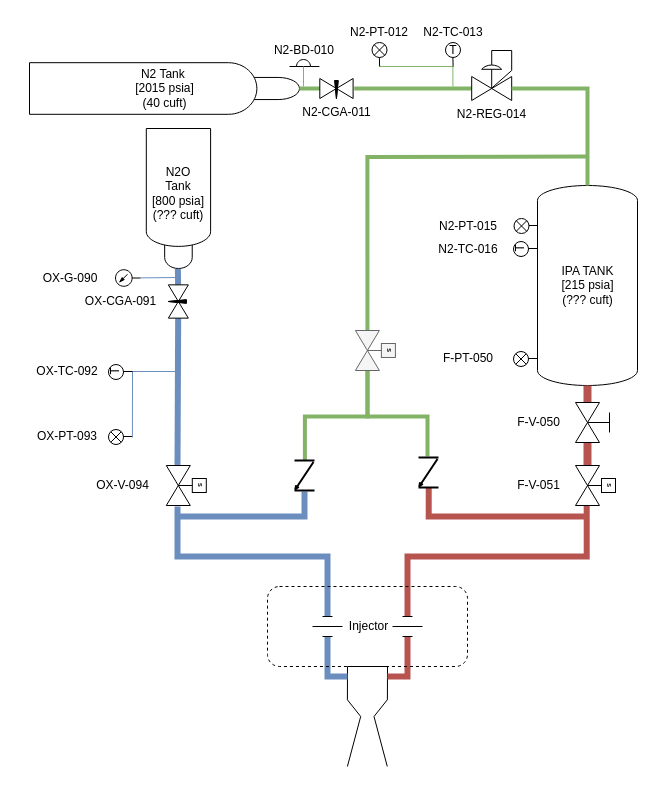
Above: projects/liquid/diagrams/GasThrusterP&ID.drawio in ControlSoup/Thrusty (draw.io), before the change. Source tidied: cells renumbered, new cells numbered last; positions are measured from the earlier drawing's top-left corner, leaving out a move shared by most shapes. Both pictures are drawn from the tidied source at 100%, with x=0, y=0 at pixel (17, -47).
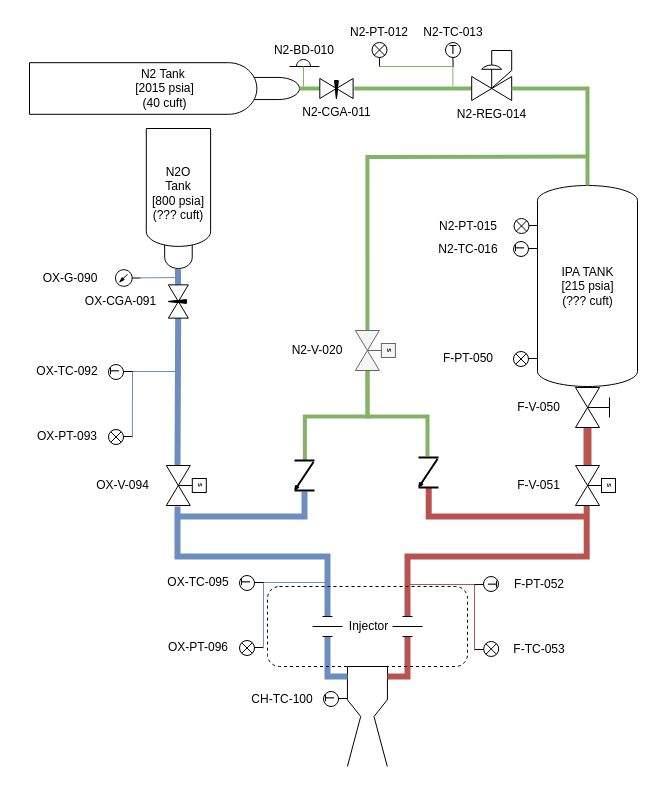
The same page after the edit.

Commit message:
more pts and tcs

The edit, as a diff of the source:
```diff
@@
     <mxCell id="23" value="IPA TANK&lt;br&gt;[215 psia]&lt;br&gt;(??? cuft)" style="shape=mxgraph.pid.vessels.pressurized_vessel;html=1;align=center;verticalLabelPosition=middle;verticalAlign=middle;dashed=0;horizontal=1;labelPosition=center;" parent="1" vertex="1">
-      <mxGeometry x="520" y="232" width="100" height="200" as="geometry" />
+      <mxGeometry x="520" y="232" width="100" height="201" as="geometry" />
     </mxCell>
@@
     <mxCell id="30" value="F-V-050" style="text;strokeColor=none;align=center;fillColor=none;html=1;verticalAlign=middle;whiteSpace=wrap;rounded=0;" parent="1" vertex="1">
-      <mxGeometry x="473" y="454" width="97.2" height="30" as="geometry" />
+      <mxGeometry x="473" y="439" width="97.2" height="30" as="geometry" />
     </mxCell>
@@
-    <mxCell id="85" style="edgeStyle=none;rounded=1;html=1;strokeWidth=8;fontSize=2;endArrow=none;endFill=0;entryX=0;entryY=0.7;entryDx=0;entryDy=0;entryPerimeter=0;fillColor=#f8cecc;strokeColor=#b85450;startArrow=none;" parent="1" edge="1" source="23" target="87">
-      <mxGeometry relative="1" as="geometry" />
-    </mxCell>
@@
     <mxCell id="87" style="verticalLabelPosition=bottom;align=center;html=1;verticalAlign=top;dashed=0;shape=mxgraph.pid2valves.valve;valveType=gate;actuator=man;rotation=90;points=[[0,0.7,0,0,0],[1,0.7,0,0,0]];" parent="1" vertex="1">
-      <mxGeometry x="558" y="449" width="40" height="40" as="geometry" />
+      <mxGeometry x="558" y="434" width="40" height="40" as="geometry" />
     </mxCell>
@@
+    <mxCell id="116" style="edgeStyle=none;rounded=0;orthogonalLoop=1;jettySize=auto;html=1;endArrow=none;endFill=0;fillColor=#dae8fc;strokeColor=#6c8ebf;strokeWidth=1;" parent="1" edge="1">
+      <mxGeometry relative="1" as="geometry">
+        <mxPoint x="241" y="629" as="sourcePoint" />
+        <mxPoint x="308" y="629" as="targetPoint" />
+      </mxGeometry>
+    </mxCell>
+    <mxCell id="117" style="group;rotation=-90;" parent="1" vertex="1">
+      <mxGeometry x="171" y="665" width="100" height="49" as="geometry" />
+    </mxCell>
+    <mxCell id="118" style="group;rotation=-90;" parent="117" vertex="1">
+      <mxGeometry x="55" y="17" width="15" height="24" as="geometry" />
+    </mxCell>
+    <mxCell id="119" style="ellipse;whiteSpace=wrap;html=1;rotation=-90;" parent="118" vertex="1">
+      <mxGeometry x="-4" y="5" width="15" height="15" as="geometry" />
+    </mxCell>
+    <mxCell id="120" style="endArrow=none;html=1;" parent="118" edge="1">
+      <mxGeometry relative="1" as="geometry">
+        <mxPoint x="20" y="12" as="sourcePoint" />
+        <mxPoint x="11" y="12" as="targetPoint" />
+      </mxGeometry>
+    </mxCell>
+    <mxCell id="121" style="endArrow=none;html=1;entryX=1;entryY=0;entryDx=0;entryDy=0;exitX=0;exitY=1;exitDx=0;exitDy=0;" parent="118" edge="1" source="119" target="119">
+      <mxGeometry relative="1" as="geometry" />
+    </mxCell>
+    <mxCell id="122" style="endArrow=none;html=1;entryX=0;entryY=0;entryDx=0;entryDy=0;exitX=1;exitY=1;exitDx=0;exitDy=0;" parent="118" edge="1" source="119" target="119">
+      <mxGeometry relative="1" as="geometry" />
+    </mxCell>
+    <mxCell id="123" style="edgeStyle=none;rounded=0;orthogonalLoop=1;jettySize=auto;html=1;endArrow=none;endFill=0;fillColor=#dae8fc;strokeColor=#6c8ebf;strokeWidth=1;" parent="1" edge="1">
+      <mxGeometry relative="1" as="geometry">
+        <mxPoint x="246" y="629" as="sourcePoint" />
+        <mxPoint x="245.9" y="695" as="targetPoint" />
+      </mxGeometry>
+    </mxCell>
+    <mxCell id="124" style="group;rotation=-90;" parent="1" vertex="1">
+      <mxGeometry x="226" y="617" width="15" height="24" as="geometry" />
+    </mxCell>
+    <mxCell id="125" style="ellipse;whiteSpace=wrap;html=1;rotation=-90;" parent="124" vertex="1">
+      <mxGeometry x="-4" y="5" width="15" height="15" as="geometry" />
+    </mxCell>
+    <mxCell id="126" style="endArrow=none;html=1;" parent="124" edge="1">
+      <mxGeometry relative="1" as="geometry">
+        <mxPoint x="20" y="12" as="sourcePoint" />
+        <mxPoint x="11" y="12" as="targetPoint" />
+      </mxGeometry>
+    </mxCell>
+    <mxCell id="127" value="T" style="text;strokeColor=none;align=center;fillColor=none;html=1;verticalAlign=middle;whiteSpace=wrap;rounded=0;textDirection=ltr;rotation=-90;" parent="124" vertex="1">
+      <mxGeometry x="-1" y="7" width="7.5" height="10" as="geometry" />
+    </mxCell>
+    <mxCell id="128" value="&lt;span style=&quot;&quot;&gt;OX-PT-096&lt;/span&gt;" style="text;strokeColor=none;align=center;fillColor=none;html=1;verticalAlign=middle;whiteSpace=wrap;rounded=0;rotation=0;" parent="1" vertex="1">
+      <mxGeometry x="131" y="679" width="100" height="30" as="geometry" />
+    </mxCell>
+    <mxCell id="129" value="&lt;span style=&quot;&quot;&gt;OX-TC-095&lt;/span&gt;" style="text;strokeColor=none;align=center;fillColor=none;html=1;verticalAlign=middle;whiteSpace=wrap;rounded=0;rotation=0;" parent="1" vertex="1">
+      <mxGeometry x="131" y="613.5" width="100" height="30" as="geometry" />
+    </mxCell>
+    <mxCell id="130" style="group;rotation=90;" parent="1" vertex="1">
+      <mxGeometry x="494.2" y="753" width="100" height="49" as="geometry" />
+    </mxCell>
+    <mxCell id="131" style="group;rotation=90;" parent="130" vertex="1">
+      <mxGeometry x="-32" y="-69" width="15" height="24" as="geometry" />
+    </mxCell>
+    <mxCell id="132" style="ellipse;whiteSpace=wrap;html=1;rotation=90;" parent="131" vertex="1">
+      <mxGeometry x="4" y="4" width="15" height="15" as="geometry" />
+    </mxCell>
+    <mxCell id="133" style="endArrow=none;html=1;" parent="131" edge="1">
+      <mxGeometry relative="1" as="geometry">
+        <mxPoint x="-5" y="12" as="sourcePoint" />
+        <mxPoint x="4" y="12" as="targetPoint" />
+      </mxGeometry>
+    </mxCell>
+    <mxCell id="134" style="endArrow=none;html=1;entryX=1;entryY=0;entryDx=0;entryDy=0;exitX=0;exitY=1;exitDx=0;exitDy=0;" parent="131" edge="1" source="132" target="132">
+      <mxGeometry relative="1" as="geometry" />
+    </mxCell>
+    <mxCell id="135" style="endArrow=none;html=1;entryX=0;entryY=0;entryDx=0;entryDy=0;exitX=1;exitY=1;exitDx=0;exitDy=0;" parent="131" edge="1" source="132" target="132">
+      <mxGeometry relative="1" as="geometry" />
+    </mxCell>
+    <mxCell id="136" style="edgeStyle=none;rounded=0;orthogonalLoop=1;jettySize=auto;html=1;endArrow=none;endFill=0;fillColor=#f8cecc;strokeColor=#b85450;strokeWidth=1;" parent="1" edge="1">
+      <mxGeometry relative="1" as="geometry">
+        <mxPoint x="462" y="631" as="sourcePoint" />
+        <mxPoint x="391" y="631" as="targetPoint" />
+      </mxGeometry>
+    </mxCell>
+    <mxCell id="137" style="edgeStyle=none;rounded=0;orthogonalLoop=1;jettySize=auto;html=1;endArrow=none;endFill=0;fillColor=#f8cecc;strokeColor=#b85450;strokeWidth=1;" parent="1" edge="1">
+      <mxGeometry relative="1" as="geometry">
+        <mxPoint x="457" y="697" as="sourcePoint" />
+        <mxPoint x="457" y="631" as="targetPoint" />
+      </mxGeometry>
+    </mxCell>
+    <mxCell id="138" style="group;rotation=-270;" parent="1" vertex="1">
+      <mxGeometry x="462" y="619" width="15" height="24" as="geometry" />
+    </mxCell>
+    <mxCell id="139" style="ellipse;whiteSpace=wrap;html=1;rotation=-270;" parent="138" vertex="1">
+      <mxGeometry x="4" y="4" width="15" height="15" as="geometry" />
+    </mxCell>
+    <mxCell id="140" style="endArrow=none;html=1;" parent="138" edge="1">
+      <mxGeometry relative="1" as="geometry">
+        <mxPoint x="-5" y="12" as="sourcePoint" />
+        <mxPoint x="4" y="12" as="targetPoint" />
+      </mxGeometry>
+    </mxCell>
+    <mxCell id="141" value="T" style="text;strokeColor=none;align=center;fillColor=none;html=1;verticalAlign=middle;whiteSpace=wrap;rounded=0;textDirection=ltr;rotation=-270;" parent="138" vertex="1">
+      <mxGeometry x="9" y="7" width="7.5" height="10" as="geometry" />
+    </mxCell>
+    <mxCell id="142" value="&lt;span style=&quot;&quot;&gt;F-PT-052&lt;/span&gt;" style="text;strokeColor=none;align=center;fillColor=none;html=1;verticalAlign=middle;whiteSpace=wrap;rounded=0;rotation=0;" parent="1" vertex="1">
+      <mxGeometry x="472" y="616" width="100" height="30" as="geometry" />
+    </mxCell>
+    <mxCell id="143" value="&lt;span style=&quot;&quot;&gt;F-TC-053&lt;/span&gt;" style="text;strokeColor=none;align=center;fillColor=none;html=1;verticalAlign=middle;whiteSpace=wrap;rounded=0;rotation=0;" parent="1" vertex="1">
+      <mxGeometry x="472" y="680.5" width="100" height="30" as="geometry" />
+    </mxCell>
+    <mxCell id="144" value="&lt;span style=&quot;&quot;&gt;N2-V-020&lt;/span&gt;" style="text;strokeColor=none;align=center;fillColor=none;html=1;verticalAlign=middle;whiteSpace=wrap;rounded=0;rotation=0;" parent="1" vertex="1">
+      <mxGeometry x="250" y="382" width="100" height="30" as="geometry" />
+    </mxCell>
+    <mxCell id="145" value="&lt;span style=&quot;&quot;&gt;CH-TC-100&lt;/span&gt;" style="text;strokeColor=none;align=center;fillColor=none;html=1;verticalAlign=middle;whiteSpace=wrap;rounded=0;rotation=0;" parent="1" vertex="1">
+      <mxGeometry x="215" y="730.5" width="100" height="30" as="geometry" />
+    </mxCell>
+    <mxCell id="146" style="ellipse;whiteSpace=wrap;html=1;rotation=-90;" parent="1" vertex="1">
+      <mxGeometry x="306" y="738" width="15" height="15" as="geometry" />
+    </mxCell>
+    <mxCell id="147" value="T" style="text;strokeColor=none;align=center;fillColor=none;html=1;verticalAlign=middle;whiteSpace=wrap;rounded=0;textDirection=ltr;rotation=-90;" parent="1" vertex="1">
+      <mxGeometry x="309" y="740" width="7.5" height="10" as="geometry" />
+    </mxCell>
+    <mxCell id="148" style="endArrow=none;html=1;" parent="1" edge="1">
+      <mxGeometry relative="1" as="geometry">
+        <mxPoint x="330" y="745" as="sourcePoint" />
+        <mxPoint x="321" y="745" as="targetPoint" />
+      </mxGeometry>
+    </mxCell>
```
